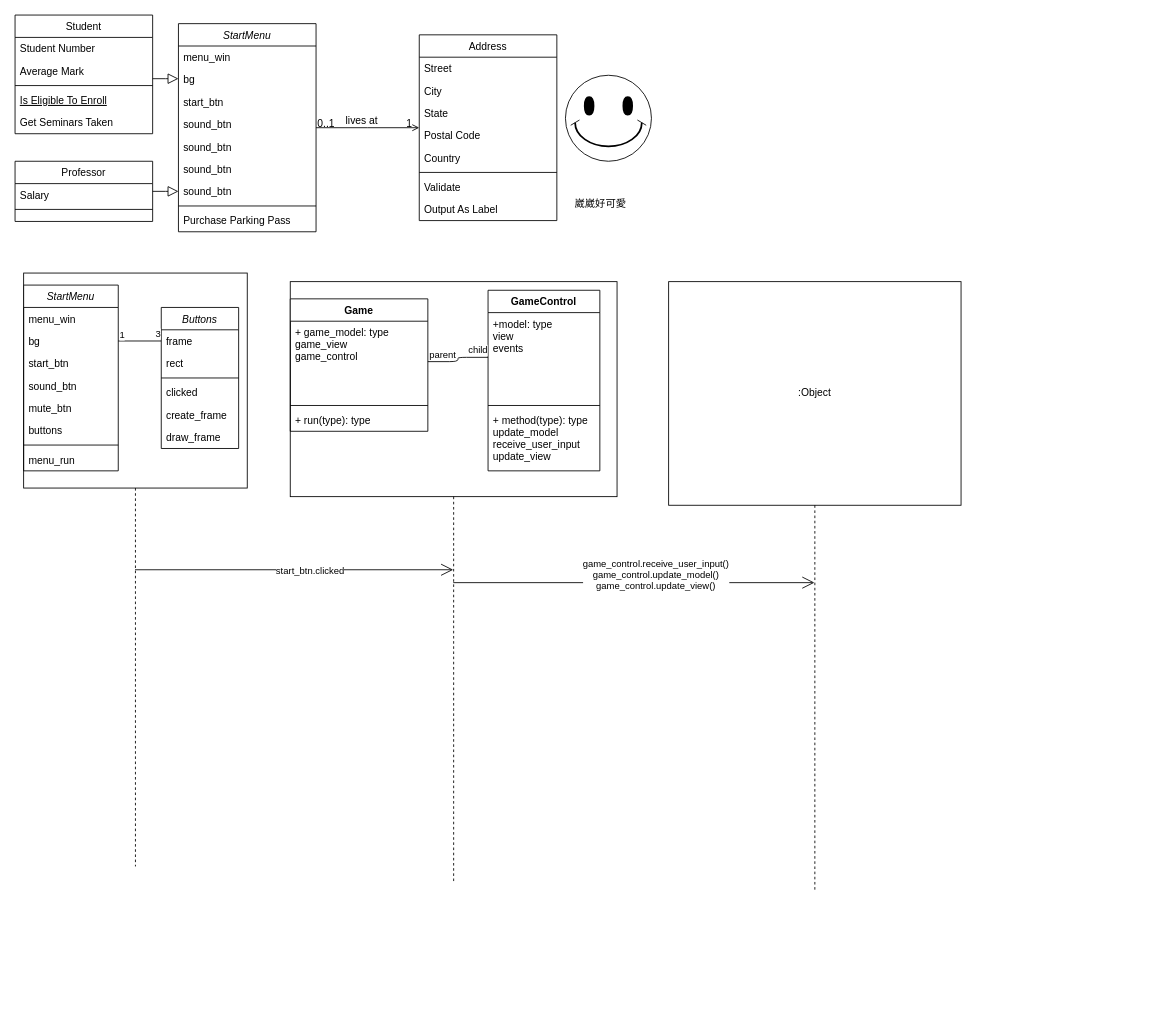
The draw.io diagram UML.drawio in jiang0906/6-2, before the edit. Source tidied: cells renumbered, new cells numbered last; positions are measured from the earlier drawing's top-left corner, leaving out a move shared by most shapes. Both pictures are drawn from the tidied source at 86%, with x=0, y=0 at pixel (15, 15).
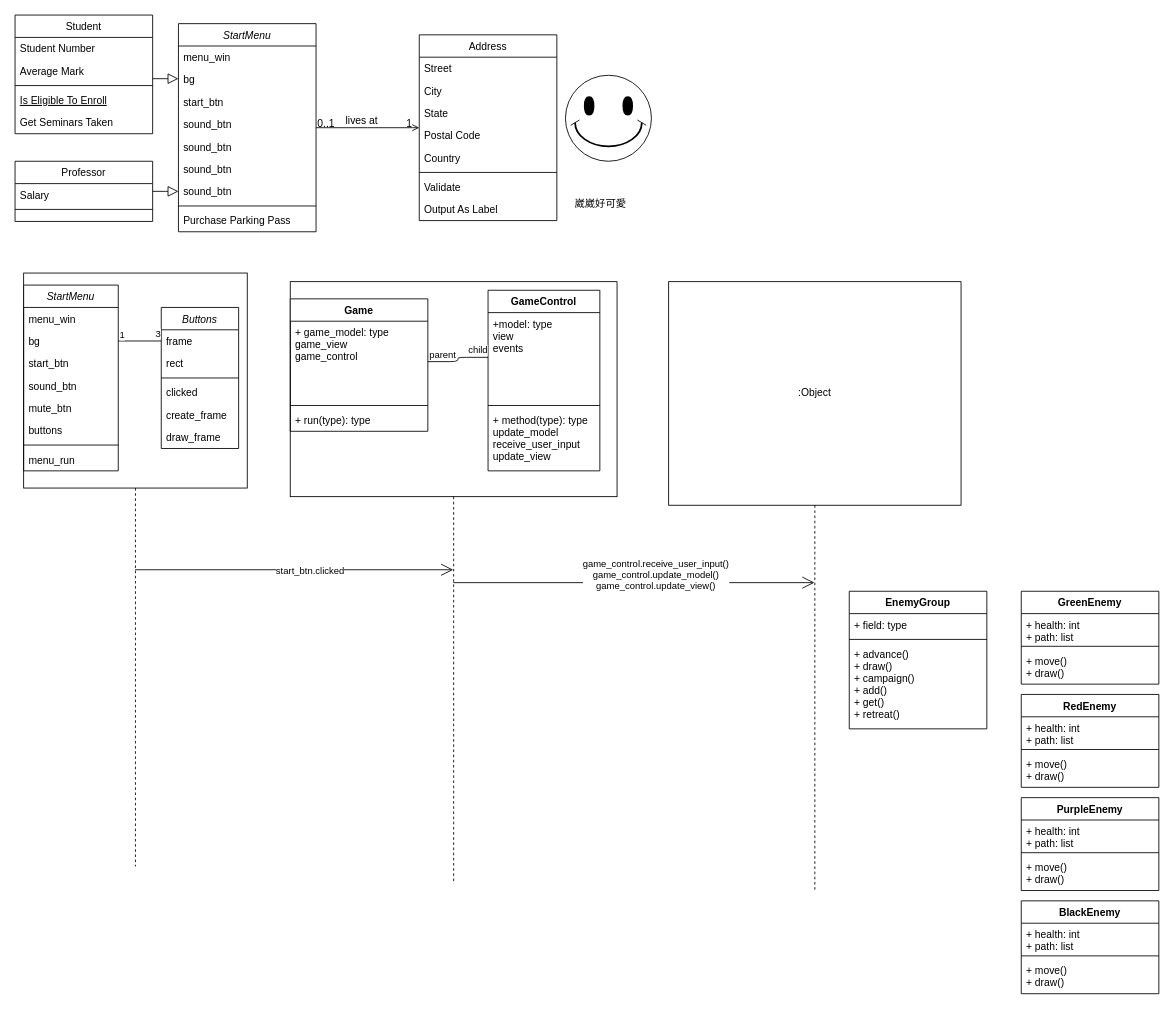
The same diagram, later.

Diff of the diagram source:
```diff
@@
+    <mxCell id="75" value="GreenEnemy" style="swimlane;fontStyle=1;align=center;verticalAlign=top;horizontal=1;startSize=26;" parent="1" vertex="1">
+      <mxGeometry x="1170" y="670" width="160" height="108" as="geometry" />
+    </mxCell>
+    <mxCell id="76" value="+ health: int&#10;+ path: list&#10;" style="text;strokeColor=none;fillColor=none;align=left;verticalAlign=top;spacingLeft=4;spacingRight=4;overflow=hidden;" parent="75" vertex="1">
+      <mxGeometry y="26" width="160" height="34" as="geometry" />
+    </mxCell>
+    <mxCell id="77" style="line;strokeWidth=1;fillColor=none;align=left;verticalAlign=middle;spacingTop=-1;spacingLeft=3;spacingRight=3;labelPosition=right;" parent="75" vertex="1">
+      <mxGeometry y="60" width="160" height="8" as="geometry" />
+    </mxCell>
+    <mxCell id="78" value="+ move()&#10;+ draw()" style="text;strokeColor=none;fillColor=none;align=left;verticalAlign=top;spacingLeft=4;spacingRight=4;overflow=hidden;" parent="75" vertex="1">
+      <mxGeometry y="68" width="160" height="40" as="geometry" />
+    </mxCell>
+    <mxCell id="79" value="RedEnemy" style="swimlane;fontStyle=1;align=center;verticalAlign=top;horizontal=1;startSize=26;" parent="1" vertex="1">
+      <mxGeometry x="1170" y="790" width="160" height="108" as="geometry" />
+    </mxCell>
+    <mxCell id="80" value="+ health: int&#10;+ path: list&#10;" style="text;strokeColor=none;fillColor=none;align=left;verticalAlign=top;spacingLeft=4;spacingRight=4;overflow=hidden;" parent="79" vertex="1">
+      <mxGeometry y="26" width="160" height="34" as="geometry" />
+    </mxCell>
+    <mxCell id="81" style="line;strokeWidth=1;fillColor=none;align=left;verticalAlign=middle;spacingTop=-1;spacingLeft=3;spacingRight=3;labelPosition=right;" parent="79" vertex="1">
+      <mxGeometry y="60" width="160" height="8" as="geometry" />
+    </mxCell>
+    <mxCell id="82" value="+ move()&#10;+ draw()" style="text;strokeColor=none;fillColor=none;align=left;verticalAlign=top;spacingLeft=4;spacingRight=4;overflow=hidden;" parent="79" vertex="1">
+      <mxGeometry y="68" width="160" height="40" as="geometry" />
+    </mxCell>
+    <mxCell id="83" value="PurpleEnemy" style="swimlane;fontStyle=1;align=center;verticalAlign=top;horizontal=1;startSize=26;" parent="1" vertex="1">
+      <mxGeometry x="1170" y="910" width="160" height="108" as="geometry" />
+    </mxCell>
+    <mxCell id="84" value="+ health: int&#10;+ path: list&#10;" style="text;strokeColor=none;fillColor=none;align=left;verticalAlign=top;spacingLeft=4;spacingRight=4;overflow=hidden;" parent="83" vertex="1">
+      <mxGeometry y="26" width="160" height="34" as="geometry" />
+    </mxCell>
+    <mxCell id="85" style="line;strokeWidth=1;fillColor=none;align=left;verticalAlign=middle;spacingTop=-1;spacingLeft=3;spacingRight=3;labelPosition=right;" parent="83" vertex="1">
+      <mxGeometry y="60" width="160" height="8" as="geometry" />
+    </mxCell>
+    <mxCell id="86" value="+ move()&#10;+ draw()" style="text;strokeColor=none;fillColor=none;align=left;verticalAlign=top;spacingLeft=4;spacingRight=4;overflow=hidden;" parent="83" vertex="1">
+      <mxGeometry y="68" width="160" height="40" as="geometry" />
+    </mxCell>
+    <mxCell id="87" value="BlackEnemy" style="swimlane;fontStyle=1;align=center;verticalAlign=top;horizontal=1;startSize=26;" parent="1" vertex="1">
+      <mxGeometry x="1170" y="1030" width="160" height="108" as="geometry" />
+    </mxCell>
+    <mxCell id="88" value="+ health: int&#10;+ path: list&#10;" style="text;strokeColor=none;fillColor=none;align=left;verticalAlign=top;spacingLeft=4;spacingRight=4;overflow=hidden;" parent="87" vertex="1">
+      <mxGeometry y="26" width="160" height="34" as="geometry" />
+    </mxCell>
+    <mxCell id="89" style="line;strokeWidth=1;fillColor=none;align=left;verticalAlign=middle;spacingTop=-1;spacingLeft=3;spacingRight=3;labelPosition=right;" parent="87" vertex="1">
+      <mxGeometry y="60" width="160" height="8" as="geometry" />
+    </mxCell>
+    <mxCell id="90" value="+ move()&#10;+ draw()" style="text;strokeColor=none;fillColor=none;align=left;verticalAlign=top;spacingLeft=4;spacingRight=4;overflow=hidden;" parent="87" vertex="1">
+      <mxGeometry y="68" width="160" height="40" as="geometry" />
+    </mxCell>
+    <mxCell id="91" value="EnemyGroup" style="swimlane;fontStyle=1;align=center;verticalAlign=top;horizontal=1;startSize=26;" parent="1" vertex="1">
+      <mxGeometry x="970" y="670" width="160" height="160" as="geometry" />
+    </mxCell>
+    <mxCell id="92" value="+ field: type" style="text;strokeColor=none;fillColor=none;align=left;verticalAlign=top;spacingLeft=4;spacingRight=4;overflow=hidden;" parent="91" vertex="1">
+      <mxGeometry y="26" width="160" height="26" as="geometry" />
+    </mxCell>
+    <mxCell id="93" style="line;strokeWidth=1;fillColor=none;align=left;verticalAlign=middle;spacingTop=-1;spacingLeft=3;spacingRight=3;labelPosition=right;" parent="91" vertex="1">
+      <mxGeometry y="52" width="160" height="8" as="geometry" />
+    </mxCell>
+    <mxCell id="94" value="+ advance()&#10;+ draw()&#10;+ campaign()&#10;+ add()&#10;+ get()&#10;+ retreat()" style="text;strokeColor=none;fillColor=none;align=left;verticalAlign=top;spacingLeft=4;spacingRight=4;overflow=hidden;" parent="91" vertex="1">
+      <mxGeometry y="60" width="160" height="100" as="geometry" />
+    </mxCell>
```
